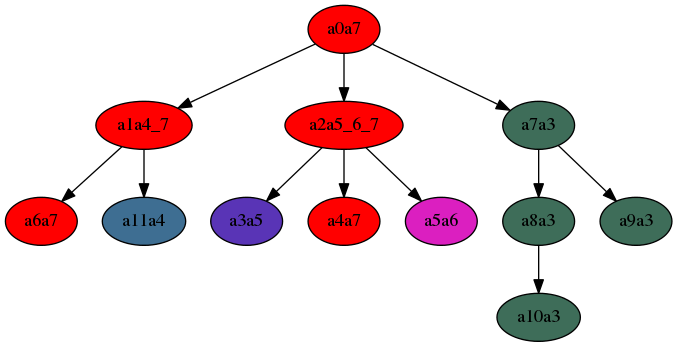
Above: fitch_step_1.png in MenshovSergey/Fitch (Graphviz), before the change. Its source is kept beside it as fitch_step_1.dot.
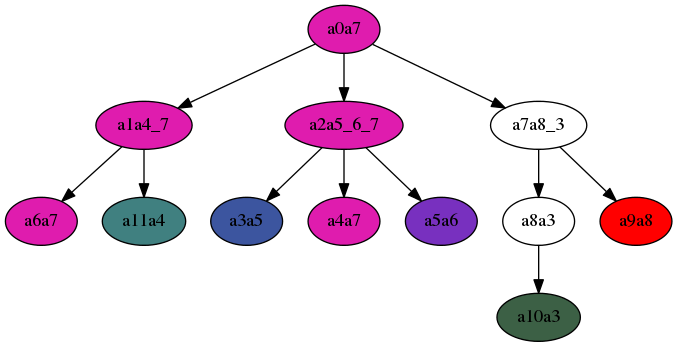
The same diagram one commit later.

Diff of the diagram source:
```diff
@@ -1,25 +1,23 @@
 digraph fitch_step_1{
-a0a7 [style=filled,fillcolor="1.0 1.0 1.0"]
+a0a7 [style=filled,fillcolor="0.875 0.875 0.875"]
 a0a7->a1a4_7;
-a1a4_7 [style=filled,fillcolor="1.0 1.0 1.0"]
+a1a4_7 [style=filled,fillcolor="0.875 0.875 0.875"]
 a1a4_7->a6a7;
-a6a7 [style=filled,fillcolor="1.0 1.0 1.0"]
+a6a7 [style=filled,fillcolor="0.875 0.875 0.875"]
 a1a4_7->a11a4;
-a11a4 [style=filled,fillcolor="0.5714285714285714 0.5714285714285714 0.5714285714285714"]
+a11a4 [style=filled,fillcolor="0.5 0.5 0.5"]
 a0a7->a2a5_6_7;
-a2a5_6_7 [style=filled,fillcolor="1.0 1.0 1.0"]
+a2a5_6_7 [style=filled,fillcolor="0.875 0.875 0.875"]
 a2a5_6_7->a3a5;
-a3a5 [style=filled,fillcolor="0.7142857142857143 0.7142857142857143 0.7142857142857143"]
+a3a5 [style=filled,fillcolor="0.625 0.625 0.625"]
 a2a5_6_7->a4a7;
-a4a7 [style=filled,fillcolor="1.0 1.0 1.0"]
+a4a7 [style=filled,fillcolor="0.875 0.875 0.875"]
 a2a5_6_7->a5a6;
-a5a6 [style=filled,fillcolor="0.8571428571428571 0.8571428571428571 0.8571428571428571"]
-a0a7->a7a3;
-a7a3 [style=filled,fillcolor="0.42857142857142855 0.42857142857142855 0.42857142857142855"]
-a7a3->a8a3;
-a8a3 [style=filled,fillcolor="0.42857142857142855 0.42857142857142855 0.42857142857142855"]
+a5a6 [style=filled,fillcolor="0.75 0.75 0.75"]
+a0a7->a7a8_3;
+a7a8_3->a8a3;
 a8a3->a10a3;
-a10a3 [style=filled,fillcolor="0.42857142857142855 0.42857142857142855 0.42857142857142855"]
-a7a3->a9a3;
-a9a3 [style=filled,fillcolor="0.42857142857142855 0.42857142857142855 0.42857142857142855"]
+a10a3 [style=filled,fillcolor="0.375 0.375 0.375"]
+a7a8_3->a9a8;
+a9a8 [style=filled,fillcolor="1.0 1.0 1.0"]
 }
```
